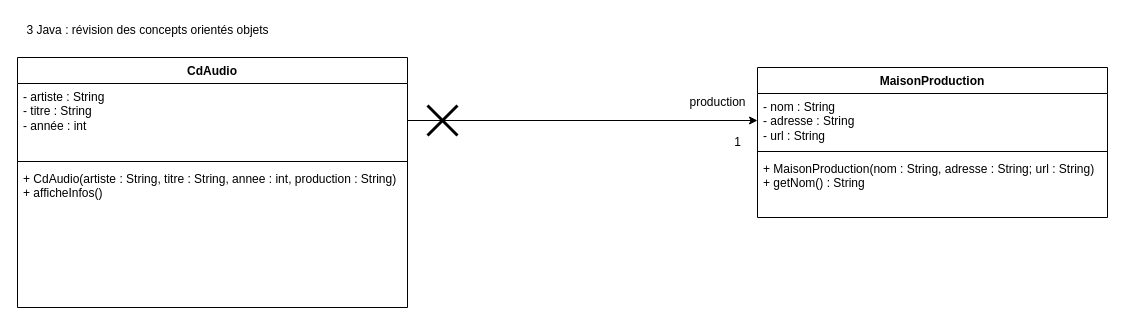
This is cours/R2.01b/RévisionR2.01b.drawio from Nereoll/draw.io, a draw.io file, before an edit. Source tidied: cells renumbered, new cells numbered last; positions are measured from the earlier drawing's top-left corner, leaving out a move shared by most shapes. Both pictures are drawn from the tidied source at 100%, with x=0, y=0 at pixel (17, 17).
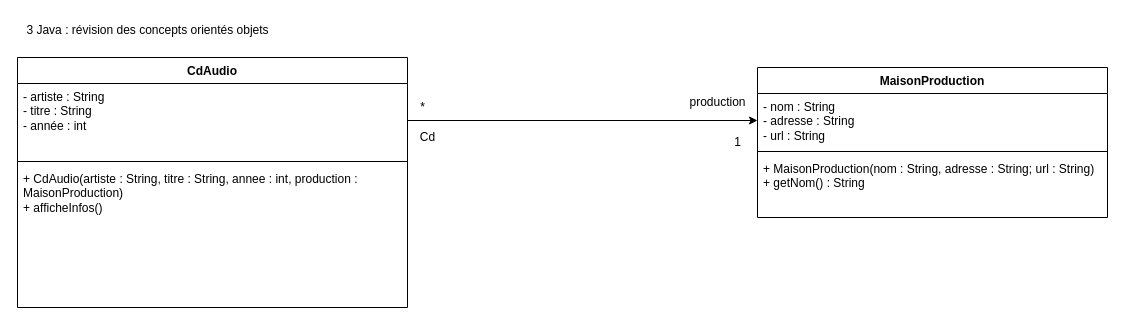
The same page after the edit.

Commit message (it also covers changes not shown here):
Mettre à jour RévisionR2.01b.drawio

The edit, as a diff of the source:
```diff
@@
 <mxGraphModel>
   <root>
     <mxCell id="0" />
     <mxCell id="1" parent="0" />
     <mxCell id="2" value="&lt;div&gt;3 Java : révision des concepts orientés objets&lt;/div&gt;&lt;div&gt;&lt;br&gt;&lt;/div&gt;" style="text;html=1;align=center;verticalAlign=middle;strokeColor=none;fillColor=none;" parent="1" vertex="1">
       <mxGeometry width="260" height="40" as="geometry" />
     </mxCell>
     <mxCell id="3" value="CdAudio" style="swimlane;fontStyle=1;align=center;verticalAlign=top;horizontal=1;startSize=26;whiteSpace=wrap;html=1;" parent="1" vertex="1">
       <mxGeometry y="40" width="390" height="250" as="geometry" />
     </mxCell>
     <mxCell id="4" value="&lt;div&gt;- artiste : String&lt;/div&gt;&lt;div&gt;- titre : String&lt;/div&gt;&lt;div&gt;- année : int&lt;/div&gt;&lt;div&gt;&lt;br&gt;&lt;/div&gt;" style="text;strokeColor=none;fillColor=none;align=left;verticalAlign=top;spacingLeft=4;spacingRight=4;overflow=hidden;points=[[0,0.5],[1,0.5]];portConstraint=eastwest;whiteSpace=wrap;html=1;" parent="3" vertex="1">
       <mxGeometry y="26" width="390" height="74" as="geometry" />
     </mxCell>
     <mxCell id="5" style="line;strokeWidth=1;fillColor=none;align=left;verticalAlign=middle;spacingTop=-1;spacingLeft=3;spacingRight=3;labelPosition=right;strokeColor=inherit;" parent="3" vertex="1">
       <mxGeometry y="100" width="390" height="8" as="geometry" />
     </mxCell>
-    <mxCell id="6" value="&lt;div&gt;+ CdAudio(artiste : String, titre : String, annee : int, production : String)&lt;/div&gt;&lt;div&gt;+ afficheInfos()&lt;br&gt;&lt;/div&gt;" style="text;strokeColor=none;fillColor=none;align=left;verticalAlign=top;spacingLeft=4;spacingRight=4;overflow=hidden;whiteSpace=wrap;html=1;" parent="3" vertex="1">
+    <mxCell id="6" value="&lt;div&gt;+ CdAudio(artiste : String, titre : String, annee : int, production : MaisonProduction)&lt;/div&gt;&lt;div&gt;+ afficheInfos()&lt;br&gt;&lt;/div&gt;" style="text;strokeColor=none;fillColor=none;align=left;verticalAlign=top;spacingLeft=4;spacingRight=4;overflow=hidden;whiteSpace=wrap;html=1;" parent="3" vertex="1">
       <mxGeometry y="108" width="390" height="142" as="geometry" />
     </mxCell>
     <mxCell id="7" value="MaisonProduction" style="swimlane;fontStyle=1;align=center;verticalAlign=top;horizontal=1;startSize=26;whiteSpace=wrap;html=1;" parent="1" vertex="1">
       <mxGeometry x="740" y="50" width="350" height="150" as="geometry" />
     </mxCell>
     <mxCell id="8" value="&lt;div&gt;- nom : String&lt;/div&gt;&lt;div&gt;- adresse : String&lt;/div&gt;&lt;div&gt;- url : String&lt;br&gt;&lt;/div&gt;" style="text;strokeColor=none;fillColor=none;align=left;verticalAlign=top;spacingLeft=4;spacingRight=4;overflow=hidden;points=[[0,0.5],[1,0.5]];portConstraint=eastwest;whiteSpace=wrap;html=1;" parent="7" vertex="1">
       <mxGeometry y="26" width="350" height="54" as="geometry" />
     </mxCell>
     <mxCell id="9" style="line;strokeWidth=1;fillColor=none;align=left;verticalAlign=middle;spacingTop=-1;spacingLeft=3;spacingRight=3;labelPosition=right;strokeColor=inherit;" parent="7" vertex="1">
       <mxGeometry y="80" width="350" height="8" as="geometry" />
     </mxCell>
     <mxCell id="10" value="&lt;div&gt;+ MaisonProduction(nom : String, adresse : String; url : String)&lt;/div&gt;&lt;div&gt;+ getNom() : String&lt;br&gt;&lt;/div&gt;" style="text;strokeColor=none;fillColor=none;align=left;verticalAlign=top;spacingLeft=4;spacingRight=4;overflow=hidden;whiteSpace=wrap;html=1;" parent="7" vertex="1">
       <mxGeometry y="88" width="350" height="62" as="geometry" />
     </mxCell>
     <mxCell id="11" style="edgeStyle=orthogonalEdgeStyle;rounded=0;jettySize=auto;html=1;entryX=0;entryY=0.5;entryDx=0;entryDy=0;" parent="1" edge="1" source="4" target="8">
       <mxGeometry relative="1" as="geometry" />
     </mxCell>
     <mxCell id="12" value="production" style="text;html=1;align=center;verticalAlign=middle;strokeColor=none;fillColor=none;" parent="1" vertex="1">
       <mxGeometry x="660" y="70" width="80" height="30" as="geometry" />
     </mxCell>
     <mxCell id="13" value="1" style="text;html=1;align=center;verticalAlign=middle;strokeColor=none;fillColor=none;" parent="1" vertex="1">
       <mxGeometry x="705" y="110" width="30" height="30" as="geometry" />
     </mxCell>
-    <mxCell id="14" style="shape=umlDestroy;whiteSpace=wrap;html=1;strokeWidth=3;targetShapes=umlLifeline;" parent="1" vertex="1">
-      <mxGeometry x="410" y="88" width="30" height="30" as="geometry" />
-    </mxCell>
+    <mxCell id="15" value="Cd" style="text;html=1;align=center;verticalAlign=middle;strokeColor=none;fillColor=none;" parent="1" vertex="1">
+      <mxGeometry x="390" y="105" width="40" height="30" as="geometry" />
+    </mxCell>
+    <mxCell id="16" value="*" style="text;html=1;align=center;verticalAlign=middle;strokeColor=none;fillColor=none;" parent="1" vertex="1">
+      <mxGeometry x="390" y="75" width="30" height="30" as="geometry" />
+    </mxCell>
   </root>
 </mxGraphModel>
```
